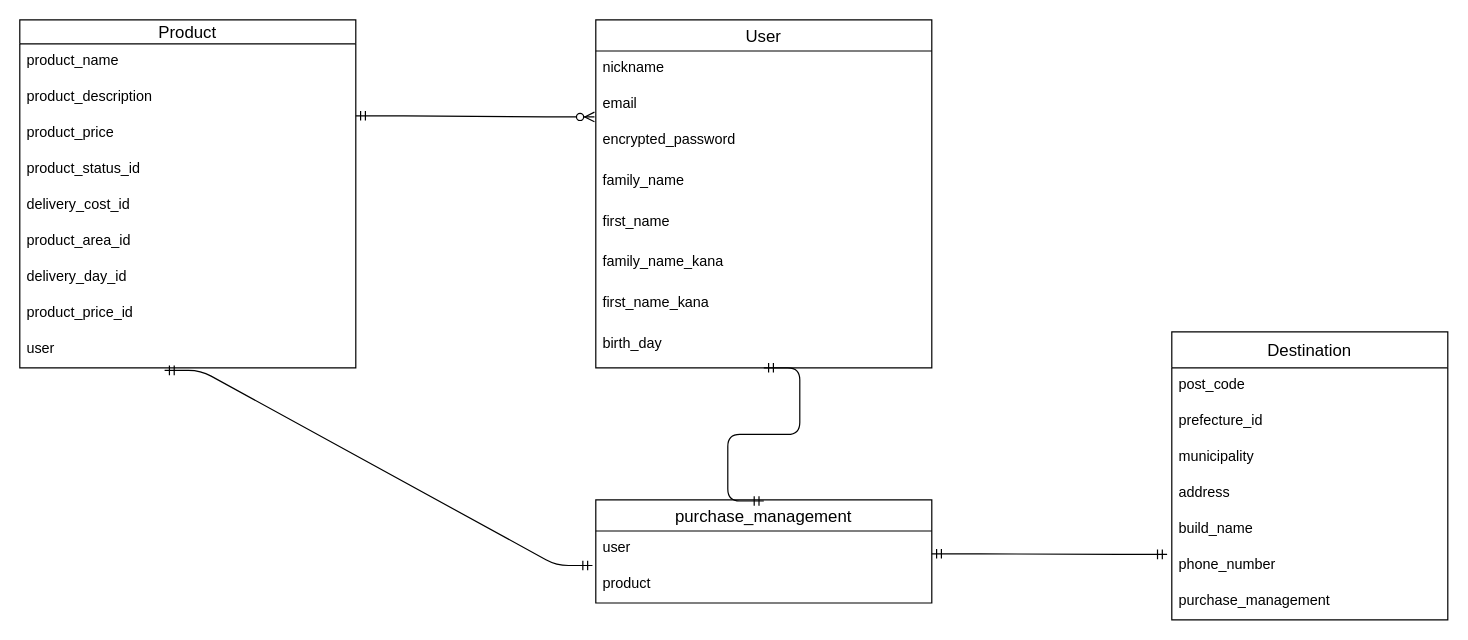
The draw.io diagram ER.dio in sho20210126/furima-32851, before the edit. Source tidied: cells renumbered, new cells numbered last; positions are measured from the earlier drawing's top-left corner, leaving out a move shared by most shapes. Both pictures are drawn from the tidied source at 120%, with x=0, y=0 at pixel (19, 19).
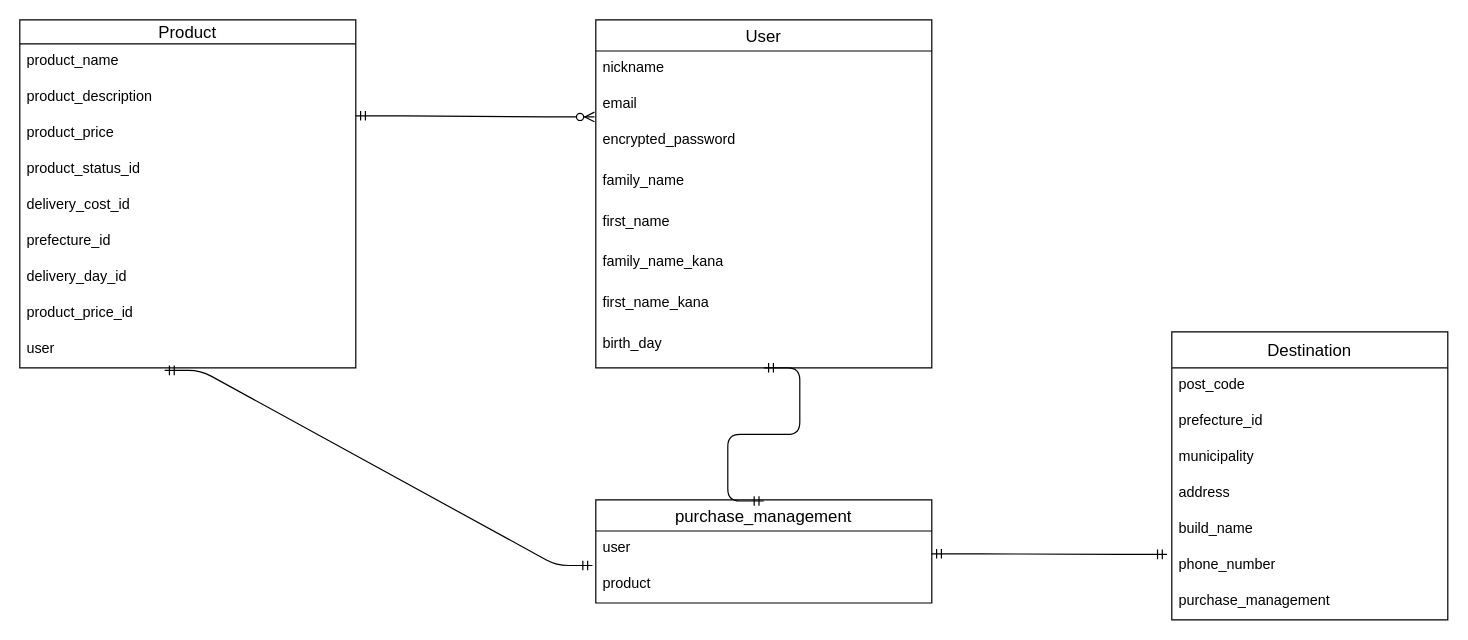
After the change.

Unchanged cells that the change refers to:
```xml
<mxCell id="19" value="Product" style="swimlane;fontStyle=0;horizontal=1;startSize=20;align=center;fontSize=14;" parent="1" vertex="1">
  <mxGeometry width="280" height="290" as="geometry" />
</mxCell>
```

What changed in the source:
```diff
@@
-    <mxCell id="25" value="product_area_id" style="text;strokeColor=none;fillColor=none;spacingLeft=4;spacingRight=4;overflow=hidden;fontSize=12;" parent="19" vertex="1">
+    <mxCell id="25" value="prefecture_id" style="text;strokeColor=none;fillColor=none;spacingLeft=4;spacingRight=4;overflow=hidden;fontSize=12;" parent="19" vertex="1">
       <mxGeometry y="170" width="280" height="30" as="geometry" />
     </mxCell>
```
